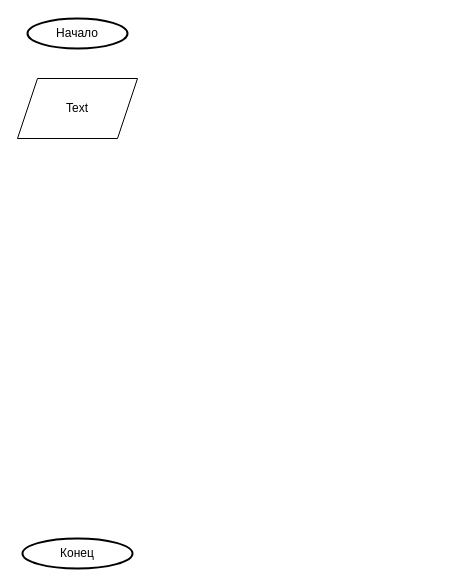
Above: Блок_схема_шифрования TEA.drawio in EvAnGEL0/databases (draw.io), before the change. Source tidied: cells renumbered, new cells numbered last; positions are measured from the earlier drawing's top-left corner, leaving out a move shared by most shapes. Both pictures are drawn from the tidied source at 100%, with x=0, y=0 at pixel (17, 18).
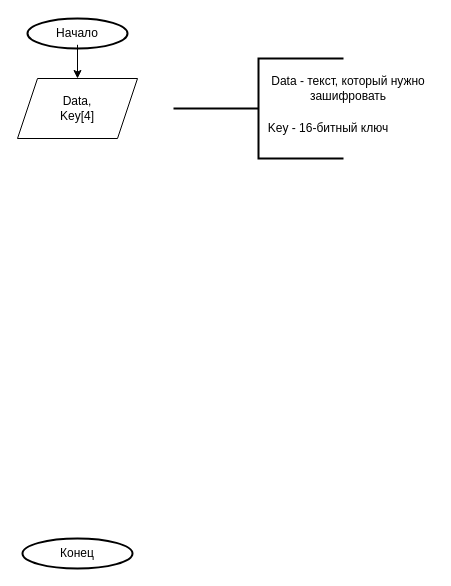
Above is the later version.

The edit, as a diff of the source:
```diff
@@
 <mxGraphModel>
   <root>
     <mxCell id="0" />
     <mxCell id="1" parent="0" />
     <mxCell id="2" style="group;" parent="1" vertex="1">
       <mxGeometry x="10" width="100" height="30" as="geometry" />
     </mxCell>
     <mxCell id="3" style="strokeWidth=2;html=1;shape=mxgraph.flowchart.start_2;whiteSpace=wrap;" parent="2" vertex="1">
       <mxGeometry width="100" height="30" as="geometry" />
     </mxCell>
     <mxCell id="4" value="Начало" style="text;html=1;whiteSpace=wrap;strokeColor=none;fillColor=none;align=center;verticalAlign=middle;rounded=0;" parent="2" vertex="1">
       <mxGeometry x="20" y="3.8" width="60" height="22.5" as="geometry" />
     </mxCell>
     <mxCell id="5" style="group;" parent="1" vertex="1">
       <mxGeometry x="5" y="520" width="110" height="30" as="geometry" />
     </mxCell>
     <mxCell id="6" style="strokeWidth=2;html=1;shape=mxgraph.flowchart.start_2;whiteSpace=wrap;" parent="5" vertex="1">
       <mxGeometry width="110" height="30" as="geometry" />
     </mxCell>
     <mxCell id="7" value="Конец" style="text;html=1;whiteSpace=wrap;strokeColor=none;fillColor=none;align=center;verticalAlign=middle;rounded=0;" parent="5" vertex="1">
       <mxGeometry x="22" y="3.8" width="66" height="22.5" as="geometry" />
     </mxCell>
     <mxCell id="8" style="group;" parent="1" vertex="1">
       <mxGeometry y="60" width="120" height="60" as="geometry" />
     </mxCell>
     <mxCell id="9" style="shape=parallelogram;perimeter=parallelogramPerimeter;whiteSpace=wrap;html=1;fixedSize=1;" parent="8" vertex="1">
       <mxGeometry width="120" height="60" as="geometry" />
     </mxCell>
-    <mxCell id="10" value="Text" style="text;html=1;whiteSpace=wrap;strokeColor=none;fillColor=none;align=center;verticalAlign=middle;rounded=0;" parent="8" vertex="1">
+    <mxCell id="10" value="Data,&lt;br&gt;Key[4]" style="text;html=1;whiteSpace=wrap;strokeColor=none;fillColor=none;align=center;verticalAlign=middle;rounded=0;" parent="8" vertex="1">
       <mxGeometry x="30" y="15" width="60" height="30" as="geometry" />
     </mxCell>
+    <mxCell id="11" style="strokeWidth=2;html=1;shape=mxgraph.flowchart.annotation_2;align=left;labelPosition=right;" parent="1" vertex="1">
+      <mxGeometry x="156" y="40" width="170" height="100" as="geometry" />
+    </mxCell>
+    <mxCell id="12" value="Data - текст, который нужно зашифровать" style="text;html=1;whiteSpace=wrap;strokeColor=none;fillColor=none;align=center;verticalAlign=middle;rounded=0;" parent="1" vertex="1">
+      <mxGeometry x="246" y="40" width="170" height="60" as="geometry" />
+    </mxCell>
+    <mxCell id="13" value="Key - 16-битный ключ" style="text;html=1;whiteSpace=wrap;strokeColor=none;fillColor=none;align=center;verticalAlign=middle;rounded=0;" parent="1" vertex="1">
+      <mxGeometry x="226" y="80" width="170" height="60" as="geometry" />
+    </mxCell>
+    <mxCell id="14" style="edgeStyle=orthogonalEdgeStyle;rounded=0;jettySize=auto;html=1;exitX=0.5;exitY=1;exitDx=0;exitDy=0;entryX=0.5;entryY=0;entryDx=0;entryDy=0;" parent="1" edge="1" source="4" target="9">
+      <mxGeometry relative="1" as="geometry" />
+    </mxCell>
   </root>
 </mxGraphModel>
```
